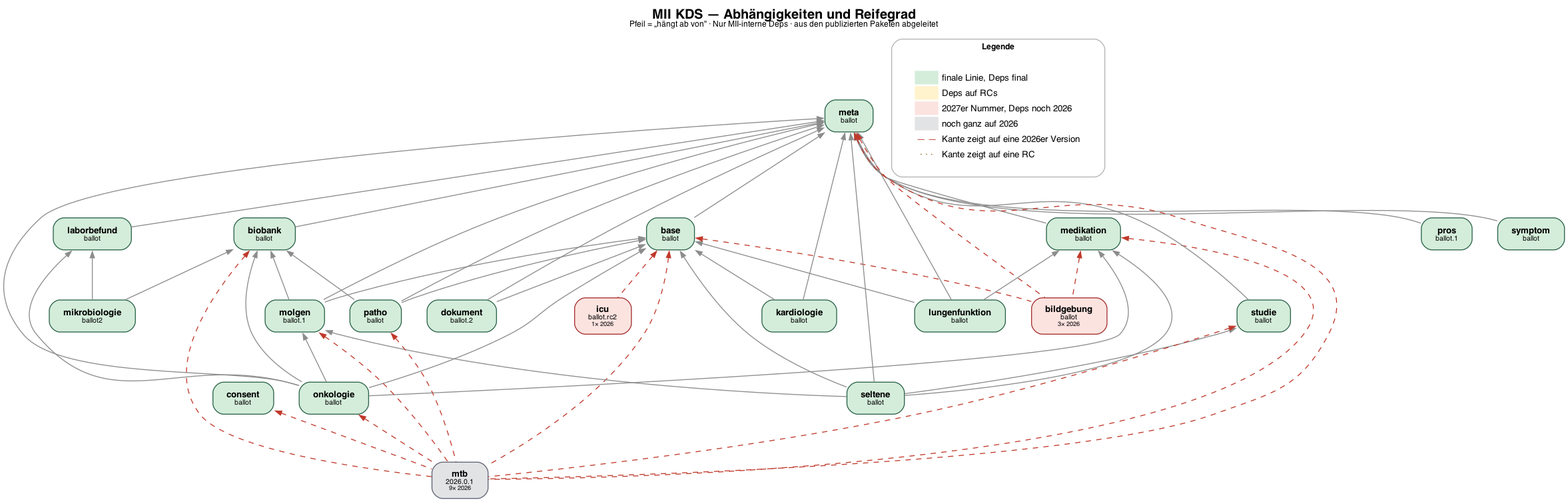
The Graphviz diagram status/dependency-graph.png in medizininformatik-initiative/kerndatensatz-complete, before a commit. Its source is kept beside it as status/dependency-graph.dot.
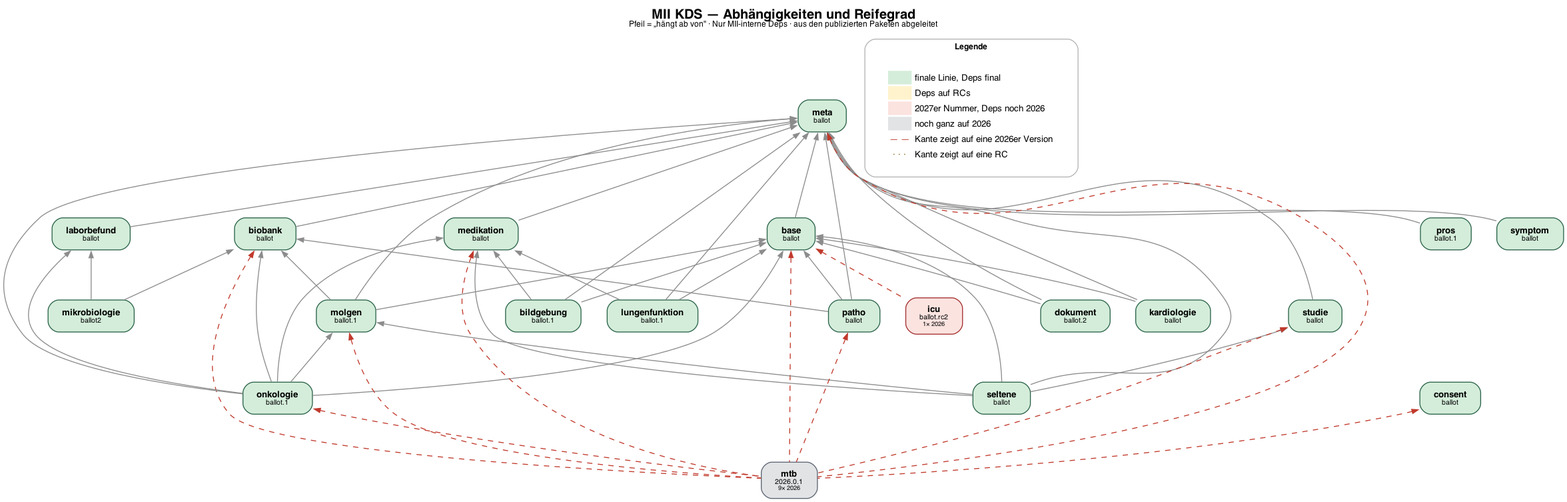
The same diagram one commit later.

What changed in the source:
```diff
@@ -5,29 +5,29 @@
   nodesep=0.4; ranksep=0.75; labelloc="t"; fontsize=15;
   label=<<B>MII KDS — Abhängigkeiten und Reifegrad</B><BR/><FONT POINT-SIZE="9">Pfeil = „hängt ab von" · Nur MII-interne Deps · aus den publizierten Paketen abgeleitet</FONT>>;
   base [label=<<B>base</B><BR/><FONT POINT-SIZE="8">ballot</FONT>>, fillcolor="#d4edda", color="#2a6249"];
+  bildgebung [label=<<B>bildgebung</B><BR/><FONT POINT-SIZE="8">ballot.1</FONT>>, fillcolor="#d4edda", color="#2a6249"];
   biobank [label=<<B>biobank</B><BR/><FONT POINT-SIZE="8">ballot</FONT>>, fillcolor="#d4edda", color="#2a6249"];
   consent [label=<<B>consent</B><BR/><FONT POINT-SIZE="8">ballot</FONT>>, fillcolor="#d4edda", color="#2a6249"];
   dokument [label=<<B>dokument</B><BR/><FONT POINT-SIZE="8">ballot.2</FONT>>, fillcolor="#d4edda", color="#2a6249"];
   kardiologie [label=<<B>kardiologie</B><BR/><FONT POINT-SIZE="8">ballot</FONT>>, fillcolor="#d4edda", color="#2a6249"];
   laborbefund [label=<<B>laborbefund</B><BR/><FONT POINT-SIZE="8">ballot</FONT>>, fillcolor="#d4edda", color="#2a6249"];
-  lungenfunktion [label=<<B>lungenfunktion</B><BR/><FONT POINT-SIZE="8">ballot</FONT>>, fillcolor="#d4edda", color="#2a6249"];
+  lungenfunktion [label=<<B>lungenfunktion</B><BR/><FONT POINT-SIZE="8">ballot.1</FONT>>, fillcolor="#d4edda", color="#2a6249"];
   medikation [label=<<B>medikation</B><BR/><FONT POINT-SIZE="8">ballot</FONT>>, fillcolor="#d4edda", color="#2a6249"];
   meta [label=<<B>meta</B><BR/><FONT POINT-SIZE="8">ballot</FONT>>, fillcolor="#d4edda", color="#2a6249"];
   mikrobiologie [label=<<B>mikrobiologie</B><BR/><FONT POINT-SIZE="8">ballot2</FONT>>, fillcolor="#d4edda", color="#2a6249"];
   molgen [label=<<B>molgen</B><BR/><FONT POINT-SIZE="8">ballot.1</FONT>>, fillcolor="#d4edda", color="#2a6249"];
-  onkologie [label=<<B>onkologie</B><BR/><FONT POINT-SIZE="8">ballot</FONT>>, fillcolor="#d4edda", color="#2a6249"];
+  onkologie [label=<<B>onkologie</B><BR/><FONT POINT-SIZE="8">ballot.1</FONT>>, fillcolor="#d4edda", color="#2a6249"];
   patho [label=<<B>patho</B><BR/><FONT POINT-SIZE="8">ballot</FONT>>, fillcolor="#d4edda", color="#2a6249"];
   pros [label=<<B>pros</B><BR/><FONT POINT-SIZE="8">ballot.1</FONT>>, fillcolor="#d4edda", color="#2a6249"];
   seltene [label=<<B>seltene</B><BR/><FONT POINT-SIZE="8">ballot</FONT>>, fillcolor="#d4edda", color="#2a6249"];
   studie [label=<<B>studie</B><BR/><FONT POINT-SIZE="8">ballot</FONT>>, fillcolor="#d4edda", color="#2a6249"];
   symptom [label=<<B>symptom</B><BR/><FONT POINT-SIZE="8">ballot</FONT>>, fillcolor="#d4edda", color="#2a6249"];
-  bildgebung [label=<<B>bildgebung</B><BR/><FONT POINT-SIZE="8">ballot</FONT><BR/><FONT POINT-SIZE="7">3× 2026</FONT>>, fillcolor="#fbe3e0", color="#a32e2e"];
   icu [label=<<B>icu</B><BR/><FONT POINT-SIZE="8">ballot.rc2</FONT><BR/><FONT POINT-SIZE="7">1× 2026</FONT>>, fillcolor="#fbe3e0", color="#a32e2e"];
   mtb [label=<<B>mtb</B><BR/><FONT POINT-SIZE="8">2026.0.1</FONT><BR/><FONT POINT-SIZE="7">9× 2026</FONT>>, fillcolor="#e2e3e5", color="#5c6472"];
   meta -> base;
-  base -> bildgebung [color="#c0392b", style=dashed];
-  medikation -> bildgebung [color="#c0392b", style=dashed];
-  meta -> bildgebung [color="#c0392b", style=dashed];
+  base -> bildgebung;
+  medikation -> bildgebung;
+  meta -> bildgebung;
   meta -> biobank;
   base -> dokument;
   meta -> dokument;
```
